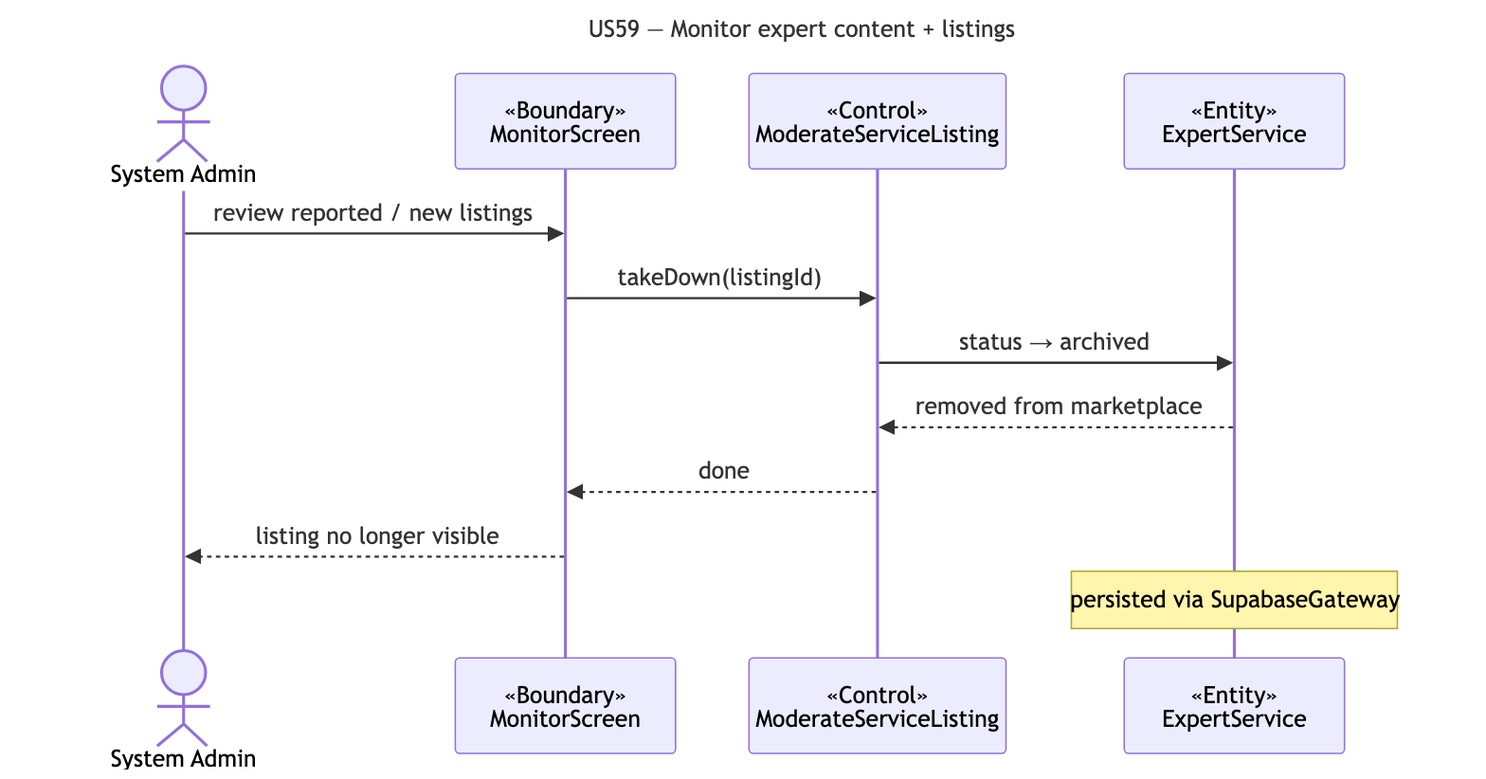
cyuanjun/FYP-26-S2-37-app keeps this Mermaid diagram as docs/deliverables/sequence-diagrams/US59-monitor-content.png. Above is the earlier version. Its source is kept beside it as docs/deliverables/sequence-diagrams/src/US59-monitor-content.mmd.
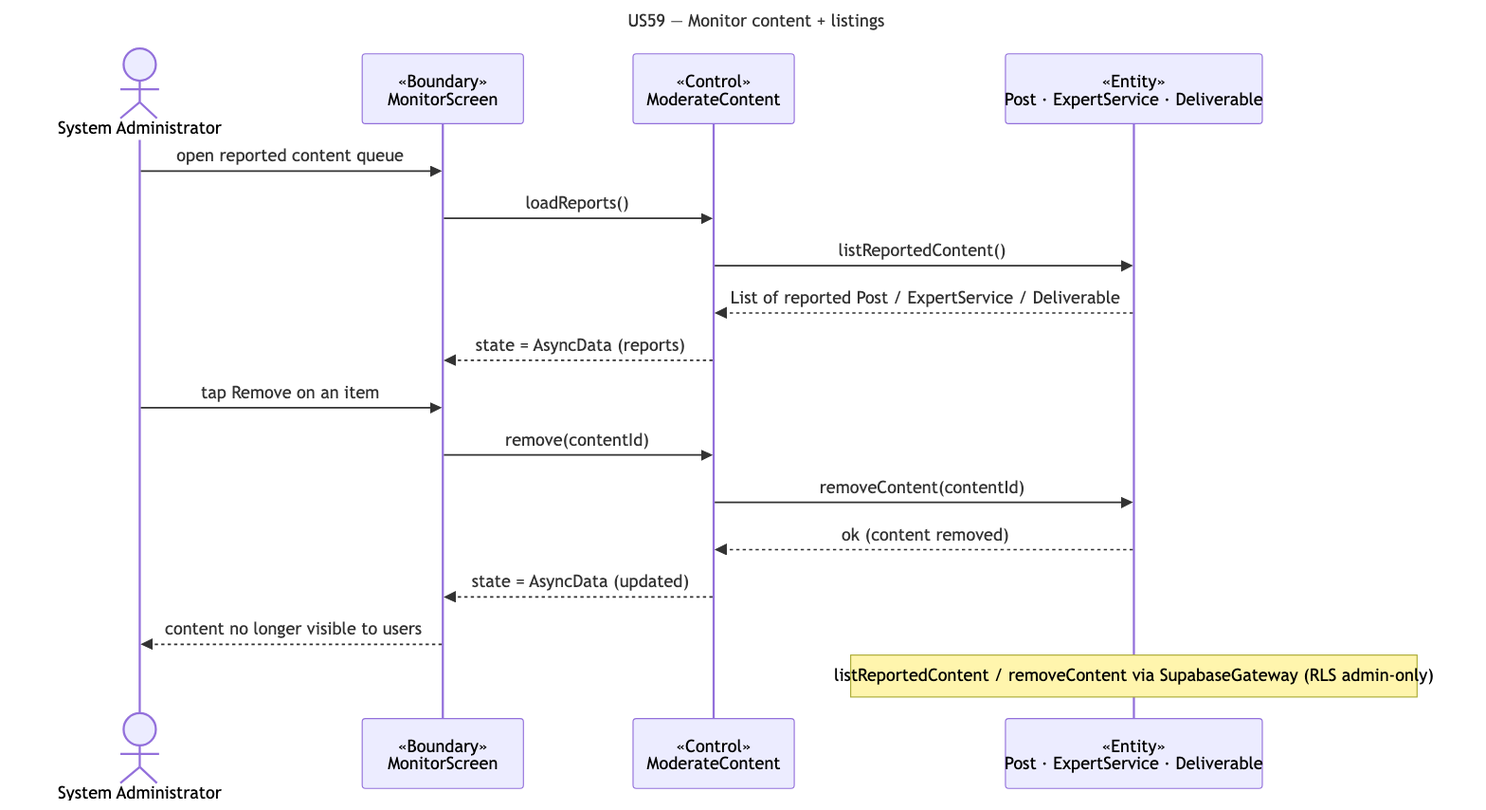
After the change.

What changed in the source:
```diff
@@ -1,15 +1,20 @@
 ---
-title: "US59 — Monitor expert content + listings"
+title: "US59 — Monitor content + listings"
 ---
 sequenceDiagram
-  actor A as System Admin
+  actor A as System Administrator
   participant B as «Boundary»<br/>MonitorScreen
-  participant C as «Control»<br/>ModerateServiceListing
-  participant E as «Entity»<br/>ExpertService
-  A->>B: review reported / new listings
-  B->>C: takeDown(listingId)
-  C->>E: status → archived
-  E-->>C: removed from marketplace
-  C-->>B: done
-  B-->>A: listing no longer visible
-  note over E: persisted via SupabaseGateway
+  participant C as «Control»<br/>ModerateContent
+  participant E as «Entity»<br/>Post · ExpertService · Deliverable
+  A->>B: open reported content queue
+  B->>C: loadReports()
+  C->>E: listReportedContent()
+  E-->>C: List of reported Post / ExpertService / Deliverable
+  C-->>B: state = AsyncData (reports)
+  A->>B: tap Remove on an item
+  B->>C: remove(contentId)
+  C->>E: removeContent(contentId)
+  E-->>C: ok (content removed)
+  C-->>B: state = AsyncData (updated)
+  B-->>A: content no longer visible to users
+  note over E: listReportedContent / removeContent via SupabaseGateway (RLS admin-only)
```
